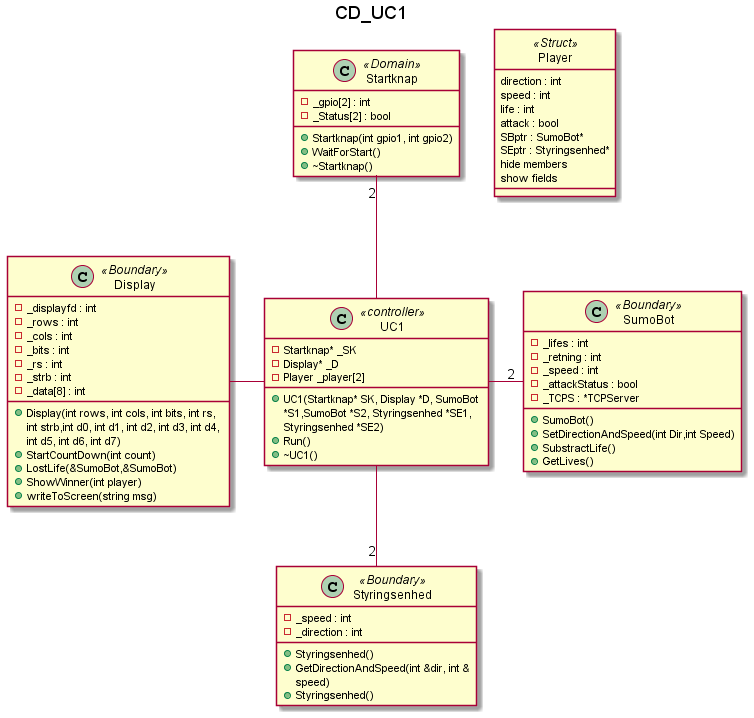
Above: Diagrammer/CentralComputer/ClassDiagram/ClassDiagram/CD_UC1.png in Solvgraa-mager/E3PRJ3 (PlantUML), before the change.
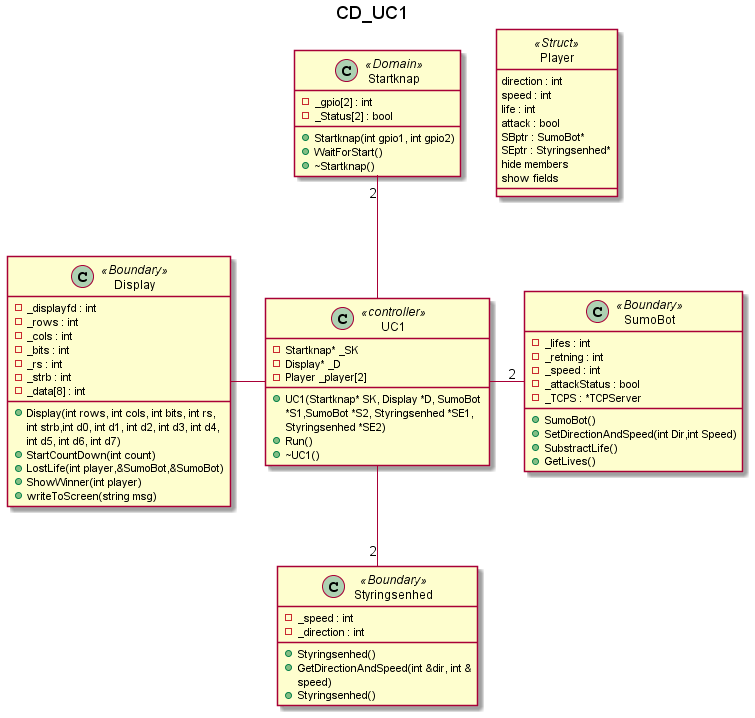
Later version of the same file.

Commit message:
Rettelser til software og diagrammer //Simon

The edit, as a diff of the source:
```diff
@@ -24,7 +24,7 @@
 class Display<<Boundary>>{
     +Display(int rows, int cols, int bits, int rs, int strb,int d0, int d1, int d2, int d3, int d4, int d5, int d6, int d7)
     +StartCountDown(int count)
-    +LostLife(&SumoBot,&SumoBot)
+    +LostLife(int player,&SumoBot,&SumoBot)
     +ShowWinner(int player)
     +writeToScreen(string msg)
     - _displayfd : int
```
